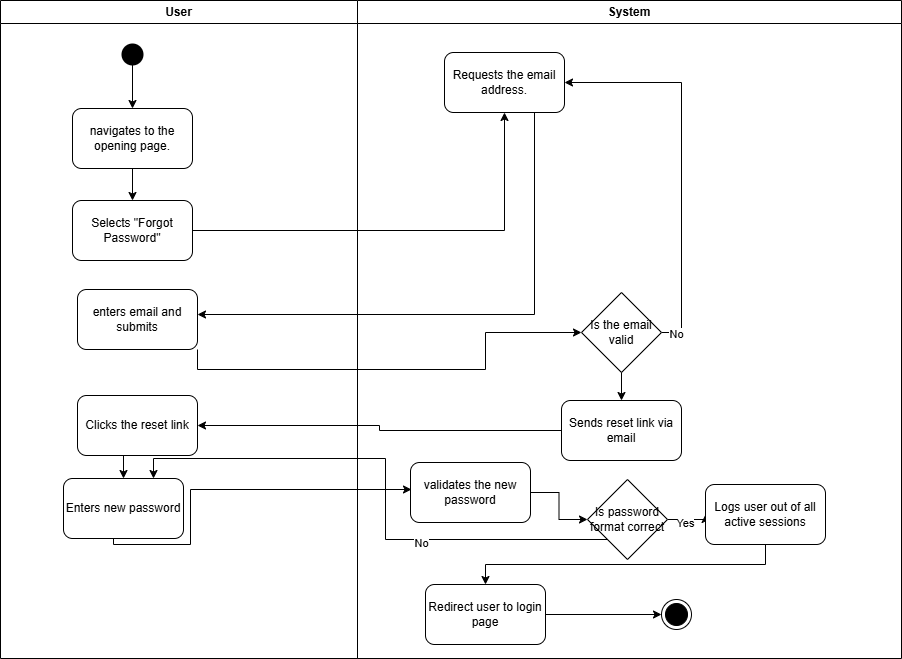
Before: Activity_Diagrams/UC-03.drawio.png, a diagram exported from draw.io (martinvila22/SoftwareModelingAndDesign_Project). Source tidied: cells renumbered, new cells last; positions are measured from the earlier drawing's top-left corner, leaving out a move shared by most shapes.
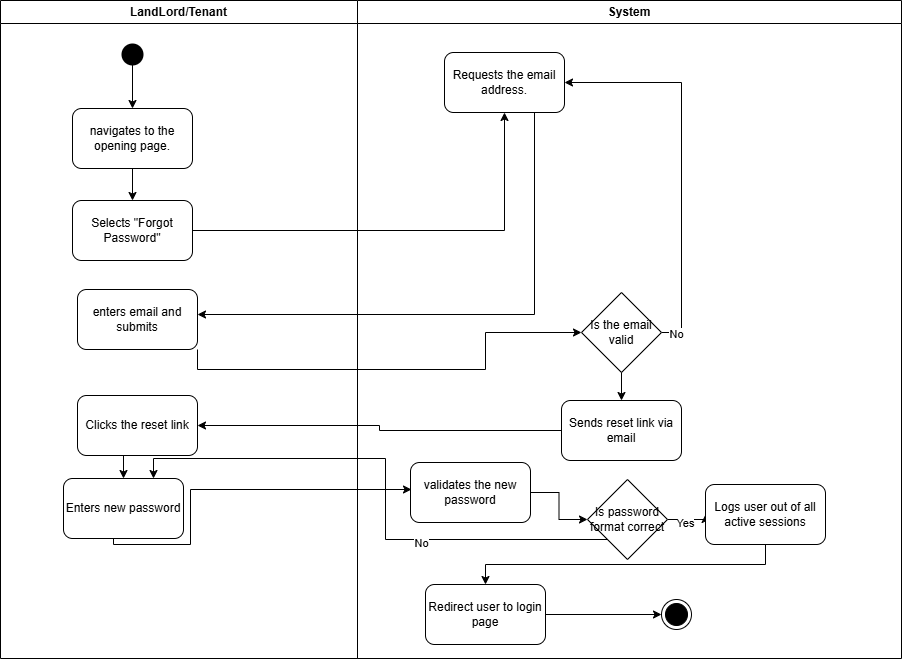
Later version of the same file.

The edit, as a diff of the source:
```diff
@@ -2,7 +2,7 @@
   <root>
     <mxCell id="0" />
     <mxCell id="1" parent="0" />
-    <mxCell id="2" value="User" style="swimlane;whiteSpace=wrap;" parent="1" vertex="1">
+    <mxCell id="2" value="LandLord/Tenant" style="swimlane;whiteSpace=wrap;" parent="1" vertex="1">
       <mxGeometry width="357" height="658" as="geometry" />
     </mxCell>
     <mxCell id="3" style="ellipse;shape=startState;fillColor=#000000;strokeColor=none;" parent="2" vertex="1">
```
